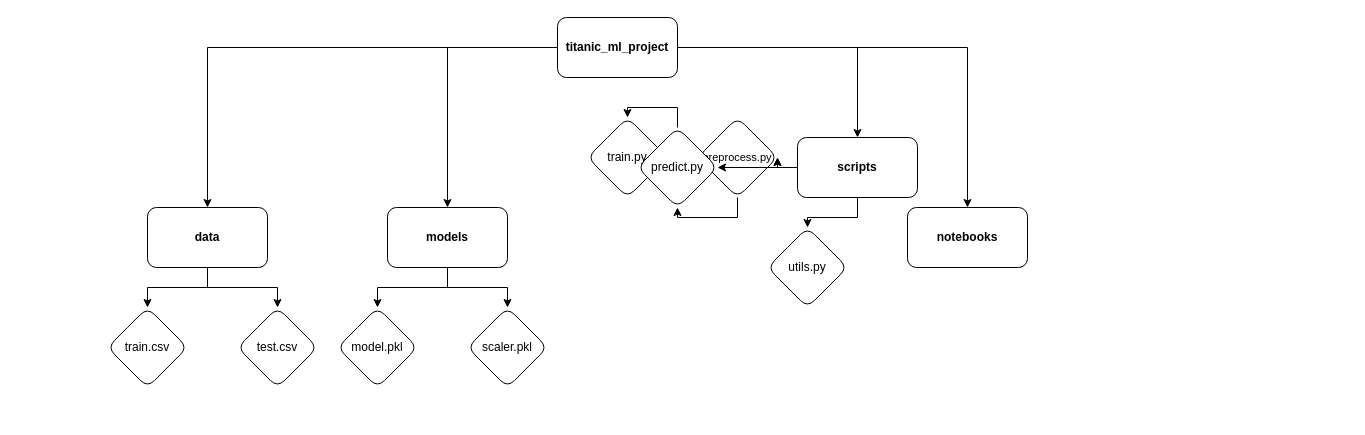
This is Titanic.drawio from initialllllll/TP1-Python-production-code, a draw.io file, before an edit. Source tidied: cells renumbered, new cells numbered last; positions are measured from the earlier drawing's top-left corner, leaving out a move shared by most shapes. Both pictures are drawn from the tidied source at 100%, with x=0, y=0 at pixel (107, 17).
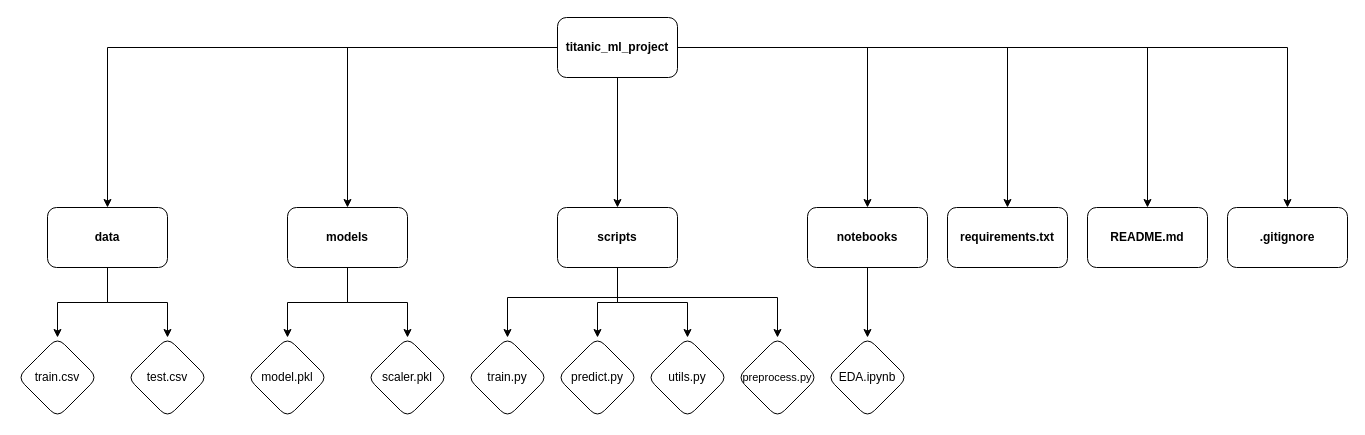
Above is the later version.

Unchanged cells that the change refers to:
```xml
<mxCell id="6" value="&lt;h4&gt;titanic_ml_project&lt;/h4&gt;" style="rounded=1;whiteSpace=wrap;html=1;" parent="1" vertex="1">
  <mxGeometry x="450" width="120" height="60" as="geometry" />
</mxCell>
```

Change to the diagram source:
```diff
@@
+    <mxCell id="29" style="edgeStyle=orthogonalEdgeStyle;rounded=0;jettySize=auto;html=1;" parent="1" edge="1" source="6" target="37">
+      <mxGeometry relative="1" as="geometry" />
+    </mxCell>
+    <mxCell id="30" style="edgeStyle=orthogonalEdgeStyle;rounded=0;jettySize=auto;html=1;" parent="1" edge="1" source="6" target="38">
+      <mxGeometry relative="1" as="geometry" />
+    </mxCell>
@@
     <mxCell id="9" value="&lt;h4&gt;data&lt;/h4&gt;" style="rounded=1;whiteSpace=wrap;html=1;" parent="1" vertex="1">
-      <mxGeometry x="40" y="190" width="120" height="60" as="geometry" />
+      <mxGeometry x="-60" y="190" width="120" height="60" as="geometry" />
     </mxCell>
@@
     <mxCell id="12" value="&lt;h4&gt;models&lt;/h4&gt;" style="rounded=1;whiteSpace=wrap;html=1;" parent="1" vertex="1">
-      <mxGeometry x="280" y="190" width="120" height="60" as="geometry" />
+      <mxGeometry x="180" y="190" width="120" height="60" as="geometry" />
     </mxCell>
-    <mxCell id="13" style="edgeStyle=orthogonalEdgeStyle;rounded=0;jettySize=auto;html=1;" parent="1" edge="1" source="28" target="23">
-      <mxGeometry relative="1" as="geometry" />
-    </mxCell>
-    <mxCell id="14" style="edgeStyle=orthogonalEdgeStyle;rounded=0;jettySize=auto;html=1;" parent="1" edge="1" source="26" target="28">
-      <mxGeometry relative="1" as="geometry" />
-    </mxCell>
-    <mxCell id="15" style="edgeStyle=orthogonalEdgeStyle;rounded=0;jettySize=auto;html=1;" parent="1" edge="1" source="17" target="26">
-      <mxGeometry relative="1" as="geometry" />
-    </mxCell>
@@
+    <mxCell id="31" style="edgeStyle=orthogonalEdgeStyle;rounded=0;jettySize=auto;html=1;" parent="1" edge="1" source="17" target="23">
+      <mxGeometry relative="1" as="geometry">
+        <Array as="points">
+          <mxPoint x="510" y="280" />
+          <mxPoint x="400" y="280" />
+        </Array>
+      </mxGeometry>
+    </mxCell>
+    <mxCell id="32" style="edgeStyle=orthogonalEdgeStyle;rounded=0;jettySize=auto;html=1;" parent="1" edge="1" source="17" target="26">
+      <mxGeometry relative="1" as="geometry">
+        <Array as="points">
+          <mxPoint x="510" y="280" />
+          <mxPoint x="670" y="280" />
+        </Array>
+      </mxGeometry>
+    </mxCell>
     <mxCell id="17" value="&lt;h4&gt;scripts&lt;/h4&gt;" style="rounded=1;whiteSpace=wrap;html=1;" parent="1" vertex="1">
-      <mxGeometry x="690" y="120" width="120" height="60" as="geometry" />
+      <mxGeometry x="450" y="190" width="120" height="60" as="geometry" />
     </mxCell>
+    <mxCell id="33" style="edgeStyle=orthogonalEdgeStyle;rounded=0;jettySize=auto;html=1;" parent="1" edge="1" source="18" target="34">
+      <mxGeometry relative="1" as="geometry" />
+    </mxCell>
     <mxCell id="18" value="&lt;h4&gt;notebooks&lt;/h4&gt;" style="rounded=1;whiteSpace=wrap;html=1;" parent="1" vertex="1">
-      <mxGeometry x="800" y="190" width="120" height="60" as="geometry" />
+      <mxGeometry x="700" y="190" width="120" height="60" as="geometry" />
     </mxCell>
     <mxCell id="19" value="train.csv" style="rhombus;whiteSpace=wrap;html=1;rounded=1;" parent="1" vertex="1">
-      <mxGeometry y="290" width="80" height="80" as="geometry" />
+      <mxGeometry x="-90" y="320" width="80" height="80" as="geometry" />
     </mxCell>
     <mxCell id="20" value="test.csv" style="rhombus;whiteSpace=wrap;html=1;rounded=1;" parent="1" vertex="1">
-      <mxGeometry x="130" y="290" width="80" height="80" as="geometry" />
+      <mxGeometry x="20" y="320" width="80" height="80" as="geometry" />
     </mxCell>
     <mxCell id="21" value="model.pkl" style="rhombus;whiteSpace=wrap;html=1;rounded=1;" parent="1" vertex="1">
-      <mxGeometry x="230" y="290" width="80" height="80" as="geometry" />
+      <mxGeometry x="140" y="320" width="80" height="80" as="geometry" />
     </mxCell>
     <mxCell id="22" value="scaler.pkl" style="rhombus;whiteSpace=wrap;html=1;rounded=1;" parent="1" vertex="1">
-      <mxGeometry x="360" y="290" width="80" height="80" as="geometry" />
+      <mxGeometry x="260" y="320" width="80" height="80" as="geometry" />
     </mxCell>
-    <mxCell id="23" value="train.py" style="rhombus;whiteSpace=wrap;html=1;rounded=1;" parent="1" vertex="1">
-      <mxGeometry x="480" y="100" width="80" height="80" as="geometry" />
-    </mxCell>
     <mxCell id="24" value="utils.py" style="rhombus;whiteSpace=wrap;html=1;rounded=1;" parent="1" vertex="1">
-      <mxGeometry x="660" y="210" width="80" height="80" as="geometry" />
+      <mxGeometry x="540" y="320" width="80" height="80" as="geometry" />
     </mxCell>
-    <mxCell id="25" style="edgeStyle=orthogonalEdgeStyle;rounded=0;jettySize=auto;html=1;" parent="1" edge="1" source="17" target="26">
-      <mxGeometry relative="1" as="geometry" />
-    </mxCell>
-    <mxCell id="26" value="&lt;font style=&quot;font-size: 11px;&quot;&gt;preprocess.py&lt;/font&gt;" style="rhombus;whiteSpace=wrap;html=1;rounded=1;" parent="1" vertex="1">
-      <mxGeometry x="590" y="100" width="80" height="80" as="geometry" />
-    </mxCell>
@@
     <mxCell id="28" value="predict.py" style="rhombus;whiteSpace=wrap;html=1;rounded=1;" parent="1" vertex="1">
-      <mxGeometry x="530" y="110" width="80" height="80" as="geometry" />
+      <mxGeometry x="450" y="320" width="80" height="80" as="geometry" />
     </mxCell>
+    <mxCell id="23" value="train.py" style="rhombus;whiteSpace=wrap;html=1;rounded=1;" parent="1" vertex="1">
+      <mxGeometry x="360" y="320" width="80" height="80" as="geometry" />
+    </mxCell>
+    <mxCell id="26" value="&lt;span style=&quot;font-size: 11px;&quot;&gt;preprocess.py&lt;/span&gt;" style="rhombus;whiteSpace=wrap;html=1;rounded=1;" parent="1" vertex="1">
+      <mxGeometry x="630" y="320" width="80" height="80" as="geometry" />
+    </mxCell>
+    <mxCell id="34" value="EDA.ipynb" style="rhombus;whiteSpace=wrap;html=1;rounded=1;" parent="1" vertex="1">
+      <mxGeometry x="720" y="320" width="80" height="80" as="geometry" />
+    </mxCell>
+    <mxCell id="35" style="edgeStyle=orthogonalEdgeStyle;rounded=0;jettySize=auto;html=1;" parent="1" edge="1" source="6" target="36">
+      <mxGeometry relative="1" as="geometry" />
+    </mxCell>
+    <mxCell id="36" value="&lt;b&gt;requirements.txt&lt;/b&gt;" style="rounded=1;whiteSpace=wrap;html=1;" parent="1" vertex="1">
+      <mxGeometry x="840" y="190" width="120" height="60" as="geometry" />
+    </mxCell>
+    <mxCell id="37" value="&lt;b&gt;README.md&lt;/b&gt;" style="whiteSpace=wrap;html=1;rounded=1;" parent="1" vertex="1">
+      <mxGeometry x="980" y="190" width="120" height="60" as="geometry" />
+    </mxCell>
+    <mxCell id="38" value="&lt;b&gt;.gitignore&lt;/b&gt;" style="whiteSpace=wrap;html=1;rounded=1;" parent="1" vertex="1">
+      <mxGeometry x="1120" y="190" width="120" height="60" as="geometry" />
+    </mxCell>
```
